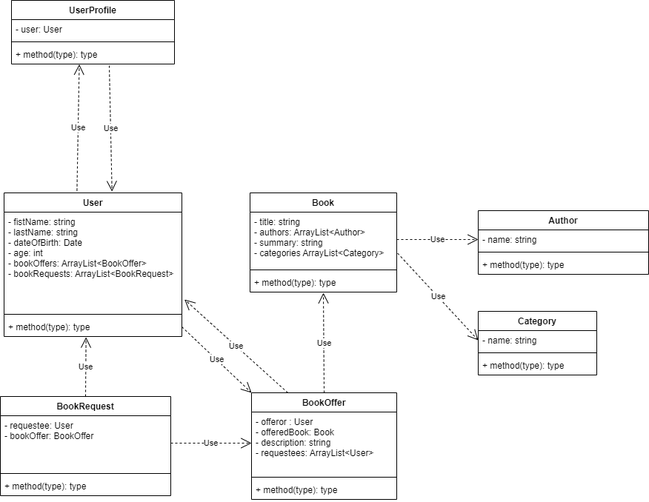
ObjectArmy/Book-Eater keeps this draw.io diagram as requirements/domain.png. Above is the earlier version. Source tidied: cells renumbered, new cells last; positions are measured from the earlier drawing's top-left corner, leaving out a move shared by most shapes.
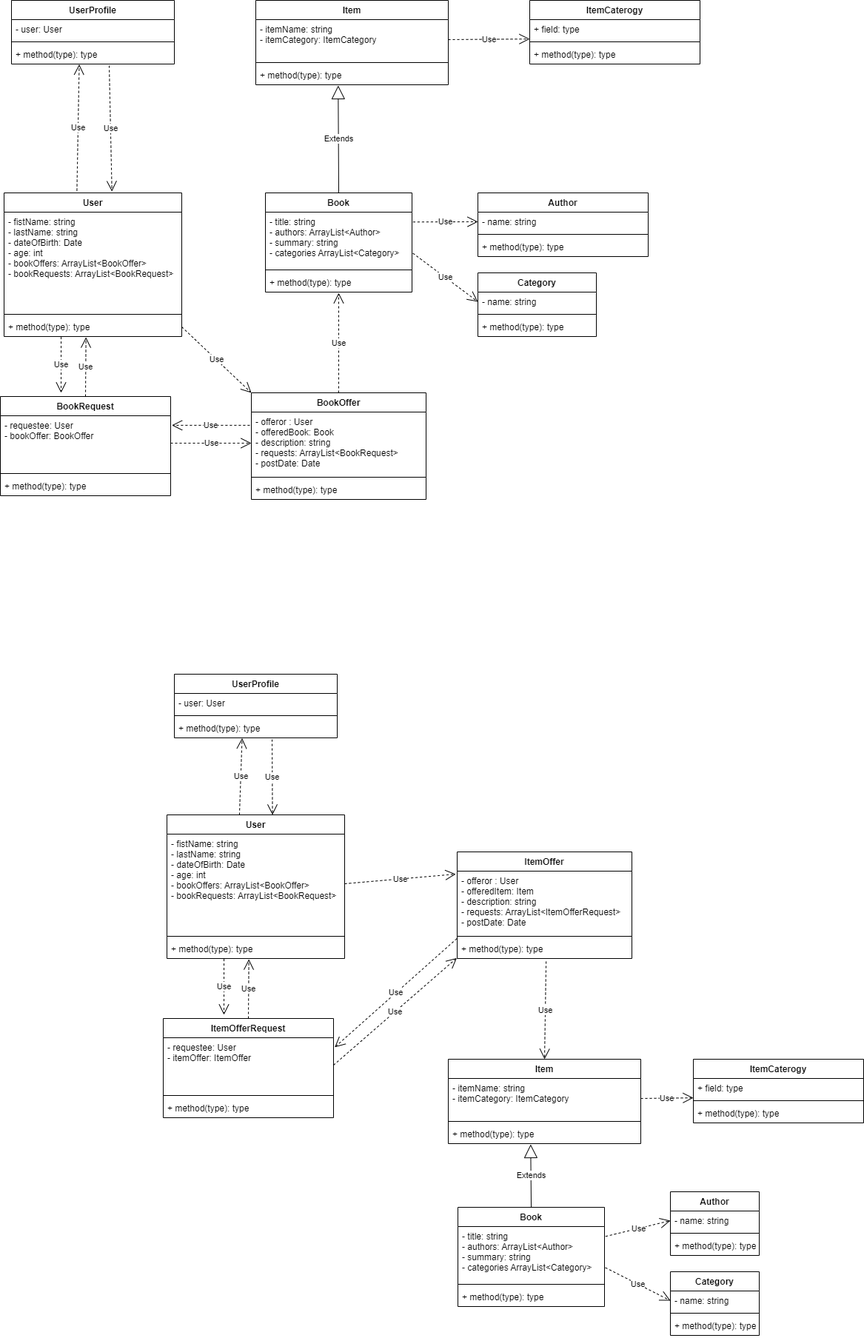
The same diagram one commit later.

Commit message:
first version of domain class diagram

What changed in the source:
```diff
@@ -17,3 +17,3 @@
     <mxCell id="6" value="Book" style="swimlane;fontStyle=1;align=center;verticalAlign=top;horizontal=1;startSize=26;" parent="1" vertex="1">
-      <mxGeometry x="337" y="260" width="198" height="134" as="geometry" />
+      <mxGeometry x="358" y="260" width="198" height="134" as="geometry" />
     </mxCell>
@@ -41,12 +41,12 @@
     <mxCell id="14" value="BookOffer" style="swimlane;fontStyle=1;align=center;verticalAlign=top;horizontal=1;startSize=26;" parent="1" vertex="1">
-      <mxGeometry x="339" y="530" width="196" height="144" as="geometry" />
+      <mxGeometry x="339" y="530" width="236" height="144" as="geometry" />
     </mxCell>
-    <mxCell id="15" value="- offeror : User&#10;- offeredBook: Book&#10;- description: string&#10;- requestees: ArrayList&lt;User&gt;" style="text;strokeColor=none;fillColor=none;align=left;verticalAlign=top;spacingLeft=4;spacingRight=4;overflow=hidden;points=[[0,0.5],[1,0.5]];portConstraint=eastwest;" parent="14" vertex="1">
-      <mxGeometry y="26" width="196" height="84" as="geometry" />
+    <mxCell id="15" value="- offeror : User&#10;- offeredBook: Book&#10;- description: string&#10;- requests: ArrayList&lt;BookRequest&gt;&#10;- postDate: Date" style="text;strokeColor=none;fillColor=none;align=left;verticalAlign=top;spacingLeft=4;spacingRight=4;overflow=hidden;points=[[0,0.5],[1,0.5]];portConstraint=eastwest;" parent="14" vertex="1">
+      <mxGeometry y="26" width="236" height="84" as="geometry" />
     </mxCell>
     <mxCell id="16" style="line;strokeWidth=1;fillColor=none;align=left;verticalAlign=middle;spacingTop=-1;spacingLeft=3;spacingRight=3;labelPosition=right;strokeColor=inherit;" parent="14" vertex="1">
-      <mxGeometry y="110" width="196" height="8" as="geometry" />
+      <mxGeometry y="110" width="236" height="8" as="geometry" />
     </mxCell>
     <mxCell id="17" value="+ method(type): type" style="text;strokeColor=none;fillColor=none;align=left;verticalAlign=top;spacingLeft=4;spacingRight=4;overflow=hidden;" parent="14" vertex="1">
-      <mxGeometry y="118" width="196" height="26" as="geometry" />
+      <mxGeometry y="118" width="236" height="26" as="geometry" />
     </mxCell>
@@ -55,3 +55,3 @@
     </mxCell>
-    <mxCell id="19" value="Use" style="endArrow=open;endSize=12;dashed=1;html=1;rounded=0;entryX=1.015;entryY=0.881;entryDx=0;entryDy=0;entryPerimeter=0;exitX=0.25;exitY=0;exitDx=0;exitDy=0;" parent="1" edge="1" source="14" target="3">
+    <mxCell id="19" value="Use" style="endArrow=open;endSize=12;dashed=1;html=1;rounded=0;entryX=1.007;entryY=0.174;entryDx=0;entryDy=0;entryPerimeter=0;exitX=-0.009;exitY=0.213;exitDx=0;exitDy=0;exitPerimeter=0;" parent="1" edge="1" source="15" target="11">
       <mxGeometry relative="1" as="geometry" />
@@ -65,3 +65,3 @@
     <mxCell id="22" value="Author" style="swimlane;fontStyle=1;align=center;verticalAlign=top;horizontal=1;startSize=26;" parent="1" vertex="1">
-      <mxGeometry x="645" y="284" width="230" height="86" as="geometry" />
+      <mxGeometry x="645" y="260" width="230" height="86" as="geometry" />
     </mxCell>
@@ -77,3 +77,3 @@
     <mxCell id="26" value="Category" style="swimlane;fontStyle=1;align=center;verticalAlign=top;horizontal=1;startSize=26;" parent="1" vertex="1">
-      <mxGeometry x="645" y="420" width="160" height="86" as="geometry" />
+      <mxGeometry x="645" y="368" width="160" height="86" as="geometry" />
     </mxCell>
@@ -88,3 +88,3 @@
     </mxCell>
-    <mxCell id="30" value="Use" style="endArrow=open;endSize=12;dashed=1;html=1;rounded=0;exitX=1;exitY=0.5;exitDx=0;exitDy=0;entryX=0;entryY=0.5;entryDx=0;entryDy=0;" parent="1" edge="1" source="7" target="23">
+    <mxCell id="30" value="Use" style="endArrow=open;endSize=12;dashed=1;html=1;rounded=0;exitX=1.007;exitY=0.18;exitDx=0;exitDy=0;entryX=0;entryY=0.5;entryDx=0;entryDy=0;exitPerimeter=0;" parent="1" edge="1" source="7" target="23">
       <mxGeometry relative="1" as="geometry" />
@@ -115,2 +115,187 @@
     </mxCell>
+    <mxCell id="39" value="Use" style="endArrow=open;endSize=12;dashed=1;html=1;rounded=0;exitX=0.321;exitY=1.023;exitDx=0;exitDy=0;exitPerimeter=0;" parent="1" edge="1" source="5">
+      <mxGeometry relative="1" as="geometry">
+        <mxPoint x="82" y="530" as="targetPoint" />
+      </mxGeometry>
+    </mxCell>
+    <mxCell id="40" value="Item" style="swimlane;fontStyle=1;align=center;verticalAlign=top;horizontal=1;startSize=26;" parent="1" vertex="1">
+      <mxGeometry x="345" width="260" height="114" as="geometry" />
+    </mxCell>
+    <mxCell id="41" value="- itemName: string&#10;- itemCategory: ItemCategory" style="text;strokeColor=none;fillColor=none;align=left;verticalAlign=top;spacingLeft=4;spacingRight=4;overflow=hidden;points=[[0,0.5],[1,0.5]];portConstraint=eastwest;" parent="40" vertex="1">
+      <mxGeometry y="26" width="260" height="54" as="geometry" />
+    </mxCell>
+    <mxCell id="42" style="line;strokeWidth=1;fillColor=none;align=left;verticalAlign=middle;spacingTop=-1;spacingLeft=3;spacingRight=3;labelPosition=right;strokeColor=inherit;" parent="40" vertex="1">
+      <mxGeometry y="80" width="260" height="8" as="geometry" />
+    </mxCell>
+    <mxCell id="43" value="+ method(type): type" style="text;strokeColor=none;fillColor=none;align=left;verticalAlign=top;spacingLeft=4;spacingRight=4;overflow=hidden;points=[[0,0.5],[1,0.5]];portConstraint=eastwest;" parent="40" vertex="1">
+      <mxGeometry y="88" width="260" height="26" as="geometry" />
+    </mxCell>
+    <mxCell id="44" value="Extends" style="endArrow=block;endSize=16;endFill=0;html=1;rounded=0;entryX=0.428;entryY=1.038;entryDx=0;entryDy=0;entryPerimeter=0;exitX=0.5;exitY=0;exitDx=0;exitDy=0;" parent="1" edge="1" source="6" target="43">
+      <mxGeometry relative="1" as="geometry" />
+    </mxCell>
+    <mxCell id="45" value="ItemCaterogy" style="swimlane;fontStyle=1;align=center;verticalAlign=top;horizontal=1;startSize=26;" parent="1" vertex="1">
+      <mxGeometry x="715" width="230" height="86" as="geometry" />
+    </mxCell>
+    <mxCell id="46" value="+ field: type" style="text;strokeColor=none;fillColor=none;align=left;verticalAlign=top;spacingLeft=4;spacingRight=4;overflow=hidden;points=[[0,0.5],[1,0.5]];portConstraint=eastwest;" parent="45" vertex="1">
+      <mxGeometry y="26" width="230" height="26" as="geometry" />
+    </mxCell>
+    <mxCell id="47" style="line;strokeWidth=1;fillColor=none;align=left;verticalAlign=middle;spacingTop=-1;spacingLeft=3;spacingRight=3;labelPosition=right;strokeColor=inherit;" parent="45" vertex="1">
+      <mxGeometry y="52" width="230" height="8" as="geometry" />
+    </mxCell>
+    <mxCell id="48" value="+ method(type): type" style="text;strokeColor=none;fillColor=none;align=left;verticalAlign=top;spacingLeft=4;spacingRight=4;overflow=hidden;" parent="45" vertex="1">
+      <mxGeometry y="60" width="230" height="26" as="geometry" />
+    </mxCell>
+    <mxCell id="49" value="Use" style="endArrow=open;endSize=12;dashed=1;html=1;rounded=0;exitX=1;exitY=0.5;exitDx=0;exitDy=0;entryX=0;entryY=1.006;entryDx=0;entryDy=0;entryPerimeter=0;" parent="1" edge="1" source="41" target="46">
+      <mxGeometry relative="1" as="geometry" />
+    </mxCell>
+    <mxCell id="50" value="User" style="swimlane;fontStyle=1;align=center;verticalAlign=top;horizontal=1;startSize=26;" parent="1" vertex="1">
+      <mxGeometry x="225" y="1100" width="240" height="194" as="geometry" />
+    </mxCell>
+    <mxCell id="51" value="- fistName: string&#10;- lastName: string&#10;- dateOfBirth: Date&#10;- age: int&#10;- bookOffers: ArrayList&lt;BookOffer&gt;&#10;- bookRequests: ArrayList&lt;BookRequest&gt;" style="text;strokeColor=none;fillColor=none;align=left;verticalAlign=top;spacingLeft=4;spacingRight=4;overflow=hidden;points=[[0,0.5],[1,0.5]];portConstraint=eastwest;" parent="50" vertex="1">
+      <mxGeometry y="26" width="240" height="134" as="geometry" />
+    </mxCell>
+    <mxCell id="52" style="line;strokeWidth=1;fillColor=none;align=left;verticalAlign=middle;spacingTop=-1;spacingLeft=3;spacingRight=3;labelPosition=right;strokeColor=inherit;" parent="50" vertex="1">
+      <mxGeometry y="160" width="240" height="8" as="geometry" />
+    </mxCell>
+    <mxCell id="53" value="+ method(type): type" style="text;strokeColor=none;fillColor=none;align=left;verticalAlign=top;spacingLeft=4;spacingRight=4;overflow=hidden;points=[[0,0.5],[1,0.5]];portConstraint=eastwest;" parent="50" vertex="1">
+      <mxGeometry y="168" width="240" height="26" as="geometry" />
+    </mxCell>
+    <mxCell id="54" value="Book" style="swimlane;fontStyle=1;align=center;verticalAlign=top;horizontal=1;startSize=26;" parent="1" vertex="1">
+      <mxGeometry x="618" y="1630" width="198" height="134" as="geometry" />
+    </mxCell>
+    <mxCell id="55" value="- title: string&#10;- authors: ArrayList&lt;Author&gt;&#10;- summary: string&#10;- categories ArrayList&lt;Category&gt;" style="text;strokeColor=none;fillColor=none;align=left;verticalAlign=top;spacingLeft=4;spacingRight=4;overflow=hidden;points=[[0,0.5],[1,0.5]];portConstraint=eastwest;" parent="54" vertex="1">
+      <mxGeometry y="26" width="198" height="74" as="geometry" />
+    </mxCell>
+    <mxCell id="56" style="line;strokeWidth=1;fillColor=none;align=left;verticalAlign=middle;spacingTop=-1;spacingLeft=3;spacingRight=3;labelPosition=right;strokeColor=inherit;" parent="54" vertex="1">
+      <mxGeometry y="100" width="198" height="8" as="geometry" />
+    </mxCell>
+    <mxCell id="57" value="+ method(type): type" style="text;strokeColor=none;fillColor=none;align=left;verticalAlign=top;spacingLeft=4;spacingRight=4;overflow=hidden;" parent="54" vertex="1">
+      <mxGeometry y="108" width="198" height="26" as="geometry" />
+    </mxCell>
+    <mxCell id="58" value="ItemOfferRequest" style="swimlane;fontStyle=1;align=center;verticalAlign=top;horizontal=1;startSize=26;" parent="1" vertex="1">
+      <mxGeometry x="220" y="1375" width="230" height="134" as="geometry" />
+    </mxCell>
+    <mxCell id="59" value="- requestee: User&#10;- itemOffer: ItemOffer" style="text;strokeColor=none;fillColor=none;align=left;verticalAlign=top;spacingLeft=4;spacingRight=4;overflow=hidden;points=[[0,0.5],[1,0.5]];portConstraint=eastwest;" parent="58" vertex="1">
+      <mxGeometry y="26" width="230" height="74" as="geometry" />
+    </mxCell>
+    <mxCell id="60" style="line;strokeWidth=1;fillColor=none;align=left;verticalAlign=middle;spacingTop=-1;spacingLeft=3;spacingRight=3;labelPosition=right;strokeColor=inherit;" parent="58" vertex="1">
+      <mxGeometry y="100" width="230" height="8" as="geometry" />
+    </mxCell>
+    <mxCell id="61" value="+ method(type): type" style="text;strokeColor=none;fillColor=none;align=left;verticalAlign=top;spacingLeft=4;spacingRight=4;overflow=hidden;" parent="58" vertex="1">
+      <mxGeometry y="108" width="230" height="26" as="geometry" />
+    </mxCell>
+    <mxCell id="62" value="ItemOffer" style="swimlane;fontStyle=1;align=center;verticalAlign=top;horizontal=1;startSize=26;" parent="1" vertex="1">
+      <mxGeometry x="617" y="1150" width="236" height="144" as="geometry" />
+    </mxCell>
+    <mxCell id="63" value="- offeror : User&#10;- offeredItem: Item&#10;- description: string&#10;- requests: ArrayList&lt;ItemOfferRequest&gt;&#10;- postDate: Date" style="text;strokeColor=none;fillColor=none;align=left;verticalAlign=top;spacingLeft=4;spacingRight=4;overflow=hidden;points=[[0,0.5],[1,0.5]];portConstraint=eastwest;" parent="62" vertex="1">
+      <mxGeometry y="26" width="236" height="84" as="geometry" />
+    </mxCell>
+    <mxCell id="64" style="line;strokeWidth=1;fillColor=none;align=left;verticalAlign=middle;spacingTop=-1;spacingLeft=3;spacingRight=3;labelPosition=right;strokeColor=inherit;" parent="62" vertex="1">
+      <mxGeometry y="110" width="236" height="8" as="geometry" />
+    </mxCell>
+    <mxCell id="65" value="+ method(type): type" style="text;strokeColor=none;fillColor=none;align=left;verticalAlign=top;spacingLeft=4;spacingRight=4;overflow=hidden;points=[[0,0.5],[1,0.5]];portConstraint=eastwest;" parent="62" vertex="1">
+      <mxGeometry y="118" width="236" height="26" as="geometry" />
+    </mxCell>
+    <mxCell id="66" value="Use" style="endArrow=open;endSize=12;dashed=1;html=1;rounded=0;entryX=1.007;entryY=0.174;entryDx=0;entryDy=0;entryPerimeter=0;exitX=-0.002;exitY=-0.033;exitDx=0;exitDy=0;exitPerimeter=0;" parent="1" edge="1" source="65" target="59">
+      <mxGeometry relative="1" as="geometry" />
+    </mxCell>
+    <mxCell id="67" value="Use" style="endArrow=open;endSize=12;dashed=1;html=1;rounded=0;exitX=1;exitY=0.5;exitDx=0;exitDy=0;entryX=-0.008;entryY=0.048;entryDx=0;entryDy=0;entryPerimeter=0;" parent="1" edge="1" source="51" target="63">
+      <mxGeometry relative="1" as="geometry" />
+    </mxCell>
+    <mxCell id="68" value="Use" style="endArrow=open;endSize=12;dashed=1;html=1;rounded=0;exitX=1;exitY=0.5;exitDx=0;exitDy=0;entryX=-0.002;entryY=0.974;entryDx=0;entryDy=0;entryPerimeter=0;" parent="1" edge="1" source="59" target="65">
+      <mxGeometry relative="1" as="geometry" />
+    </mxCell>
+    <mxCell id="69" value="Author" style="swimlane;fontStyle=1;align=center;verticalAlign=top;horizontal=1;startSize=26;" parent="1" vertex="1">
+      <mxGeometry x="905" y="1609" width="120" height="86" as="geometry" />
+    </mxCell>
+    <mxCell id="70" value="- name: string" style="text;strokeColor=none;fillColor=none;align=left;verticalAlign=top;spacingLeft=4;spacingRight=4;overflow=hidden;points=[[0,0.5],[1,0.5]];portConstraint=eastwest;" parent="69" vertex="1">
+      <mxGeometry y="26" width="120" height="26" as="geometry" />
+    </mxCell>
+    <mxCell id="71" style="line;strokeWidth=1;fillColor=none;align=left;verticalAlign=middle;spacingTop=-1;spacingLeft=3;spacingRight=3;labelPosition=right;strokeColor=inherit;" parent="69" vertex="1">
+      <mxGeometry y="52" width="120" height="8" as="geometry" />
+    </mxCell>
+    <mxCell id="72" value="+ method(type): type" style="text;strokeColor=none;fillColor=none;align=left;verticalAlign=top;spacingLeft=4;spacingRight=4;overflow=hidden;" parent="69" vertex="1">
+      <mxGeometry y="60" width="120" height="26" as="geometry" />
+    </mxCell>
+    <mxCell id="73" value="Category" style="swimlane;fontStyle=1;align=center;verticalAlign=top;horizontal=1;startSize=26;" parent="1" vertex="1">
+      <mxGeometry x="905" y="1717" width="120" height="86" as="geometry" />
+    </mxCell>
+    <mxCell id="74" value="- name: string" style="text;strokeColor=none;fillColor=none;align=left;verticalAlign=top;spacingLeft=4;spacingRight=4;overflow=hidden;points=[[0,0.5],[1,0.5]];portConstraint=eastwest;" parent="73" vertex="1">
+      <mxGeometry y="26" width="120" height="26" as="geometry" />
+    </mxCell>
+    <mxCell id="75" style="line;strokeWidth=1;fillColor=none;align=left;verticalAlign=middle;spacingTop=-1;spacingLeft=3;spacingRight=3;labelPosition=right;strokeColor=inherit;" parent="73" vertex="1">
+      <mxGeometry y="52" width="120" height="8" as="geometry" />
+    </mxCell>
+    <mxCell id="76" value="+ method(type): type" style="text;strokeColor=none;fillColor=none;align=left;verticalAlign=top;spacingLeft=4;spacingRight=4;overflow=hidden;" parent="73" vertex="1">
+      <mxGeometry y="60" width="120" height="26" as="geometry" />
+    </mxCell>
+    <mxCell id="77" value="Use" style="endArrow=open;endSize=12;dashed=1;html=1;rounded=0;exitX=1.007;exitY=0.18;exitDx=0;exitDy=0;entryX=0;entryY=0.5;entryDx=0;entryDy=0;exitPerimeter=0;" parent="1" edge="1" source="55" target="70">
+      <mxGeometry relative="1" as="geometry" />
+    </mxCell>
+    <mxCell id="78" value="Use" style="endArrow=open;endSize=12;dashed=1;html=1;rounded=0;exitX=1.006;exitY=0.75;exitDx=0;exitDy=0;exitPerimeter=0;entryX=0;entryY=0.5;entryDx=0;entryDy=0;" parent="1" edge="1" source="55" target="74">
+      <mxGeometry relative="1" as="geometry" />
+    </mxCell>
+    <mxCell id="79" value="Use" style="endArrow=open;endSize=12;dashed=1;html=1;rounded=0;exitX=0.5;exitY=0;exitDx=0;exitDy=0;entryX=0.461;entryY=1.038;entryDx=0;entryDy=0;entryPerimeter=0;" parent="1" edge="1" source="58" target="53">
+      <mxGeometry relative="1" as="geometry" />
+    </mxCell>
+    <mxCell id="80" value="UserProfile" style="swimlane;fontStyle=1;align=center;verticalAlign=top;horizontal=1;startSize=26;" parent="1" vertex="1">
+      <mxGeometry x="235" y="910" width="220" height="86" as="geometry" />
+    </mxCell>
+    <mxCell id="81" value="- user: User" style="text;strokeColor=none;fillColor=none;align=left;verticalAlign=top;spacingLeft=4;spacingRight=4;overflow=hidden;" parent="80" vertex="1">
+      <mxGeometry y="26" width="220" height="26" as="geometry" />
+    </mxCell>
+    <mxCell id="82" style="line;strokeWidth=1;fillColor=none;align=left;verticalAlign=middle;spacingTop=-1;spacingLeft=3;spacingRight=3;labelPosition=right;strokeColor=inherit;" parent="80" vertex="1">
+      <mxGeometry y="52" width="220" height="8" as="geometry" />
+    </mxCell>
+    <mxCell id="83" value="+ method(type): type" style="text;strokeColor=none;fillColor=none;align=left;verticalAlign=top;spacingLeft=4;spacingRight=4;overflow=hidden;points=[[0,0.5],[1,0.5]];portConstraint=eastwest;" parent="80" vertex="1">
+      <mxGeometry y="60" width="220" height="26" as="geometry" />
+    </mxCell>
+    <mxCell id="84" value="Use" style="endArrow=open;endSize=12;dashed=1;html=1;rounded=0;exitX=0.6;exitY=1.081;exitDx=0;exitDy=0;exitPerimeter=0;entryX=0.594;entryY=-0.001;entryDx=0;entryDy=0;entryPerimeter=0;" parent="1" edge="1" source="83">
+      <mxGeometry relative="1" as="geometry">
+        <mxPoint x="367.6" y="1100" as="targetPoint" />
+      </mxGeometry>
+    </mxCell>
+    <mxCell id="85" value="Use" style="endArrow=open;endSize=12;dashed=1;html=1;rounded=0;exitX=0.408;exitY=-0.001;exitDx=0;exitDy=0;exitPerimeter=0;entryX=0.416;entryY=1.016;entryDx=0;entryDy=0;entryPerimeter=0;" parent="1" edge="1" target="83">
+      <mxGeometry relative="1" as="geometry">
+        <mxPoint x="322.9" y="1100" as="sourcePoint" />
+      </mxGeometry>
+    </mxCell>
+    <mxCell id="86" value="Use" style="endArrow=open;endSize=12;dashed=1;html=1;rounded=0;exitX=0.321;exitY=1.023;exitDx=0;exitDy=0;exitPerimeter=0;" parent="1" edge="1" source="53">
+      <mxGeometry relative="1" as="geometry">
+        <mxPoint x="302" y="1370" as="targetPoint" />
+      </mxGeometry>
+    </mxCell>
+    <mxCell id="87" value="Item" style="swimlane;fontStyle=1;align=center;verticalAlign=top;horizontal=1;startSize=26;" parent="1" vertex="1">
+      <mxGeometry x="605" y="1430" width="260" height="114" as="geometry" />
+    </mxCell>
+    <mxCell id="88" value="- itemName: string&#10;- itemCategory: ItemCategory" style="text;strokeColor=none;fillColor=none;align=left;verticalAlign=top;spacingLeft=4;spacingRight=4;overflow=hidden;points=[[0,0.5],[1,0.5]];portConstraint=eastwest;" parent="87" vertex="1">
+      <mxGeometry y="26" width="260" height="54" as="geometry" />
+    </mxCell>
+    <mxCell id="89" style="line;strokeWidth=1;fillColor=none;align=left;verticalAlign=middle;spacingTop=-1;spacingLeft=3;spacingRight=3;labelPosition=right;strokeColor=inherit;" parent="87" vertex="1">
+      <mxGeometry y="80" width="260" height="8" as="geometry" />
+    </mxCell>
+    <mxCell id="90" value="+ method(type): type" style="text;strokeColor=none;fillColor=none;align=left;verticalAlign=top;spacingLeft=4;spacingRight=4;overflow=hidden;points=[[0,0.5],[1,0.5]];portConstraint=eastwest;" parent="87" vertex="1">
+      <mxGeometry y="88" width="260" height="26" as="geometry" />
+    </mxCell>
+    <mxCell id="91" value="Extends" style="endArrow=block;endSize=16;endFill=0;html=1;rounded=0;entryX=0.428;entryY=1.038;entryDx=0;entryDy=0;entryPerimeter=0;exitX=0.5;exitY=0;exitDx=0;exitDy=0;" parent="1" edge="1" source="54" target="90">
+      <mxGeometry relative="1" as="geometry" />
+    </mxCell>
+    <mxCell id="92" value="ItemCaterogy" style="swimlane;fontStyle=1;align=center;verticalAlign=top;horizontal=1;startSize=26;" parent="1" vertex="1">
+      <mxGeometry x="936" y="1430" width="230" height="86" as="geometry" />
+    </mxCell>
+    <mxCell id="93" value="+ field: type" style="text;strokeColor=none;fillColor=none;align=left;verticalAlign=top;spacingLeft=4;spacingRight=4;overflow=hidden;points=[[0,0.5],[1,0.5]];portConstraint=eastwest;" parent="92" vertex="1">
+      <mxGeometry y="26" width="230" height="26" as="geometry" />
+    </mxCell>
+    <mxCell id="94" style="line;strokeWidth=1;fillColor=none;align=left;verticalAlign=middle;spacingTop=-1;spacingLeft=3;spacingRight=3;labelPosition=right;strokeColor=inherit;" parent="92" vertex="1">
+      <mxGeometry y="52" width="230" height="8" as="geometry" />
+    </mxCell>
+    <mxCell id="95" value="+ method(type): type" style="text;strokeColor=none;fillColor=none;align=left;verticalAlign=top;spacingLeft=4;spacingRight=4;overflow=hidden;" parent="92" vertex="1">
+      <mxGeometry y="60" width="230" height="26" as="geometry" />
+    </mxCell>
+    <mxCell id="96" value="Use" style="endArrow=open;endSize=12;dashed=1;html=1;rounded=0;exitX=1;exitY=0.5;exitDx=0;exitDy=0;entryX=0;entryY=1.006;entryDx=0;entryDy=0;entryPerimeter=0;" parent="1" edge="1" source="88" target="93">
+      <mxGeometry relative="1" as="geometry" />
+    </mxCell>
+    <mxCell id="97" value="Use" style="endArrow=open;endSize=12;dashed=1;html=1;rounded=0;entryX=0.5;entryY=0;entryDx=0;entryDy=0;exitX=0.509;exitY=1.154;exitDx=0;exitDy=0;exitPerimeter=0;" parent="1" edge="1" source="65" target="87">
+      <mxGeometry relative="1" as="geometry" />
+    </mxCell>
   </root>
```
